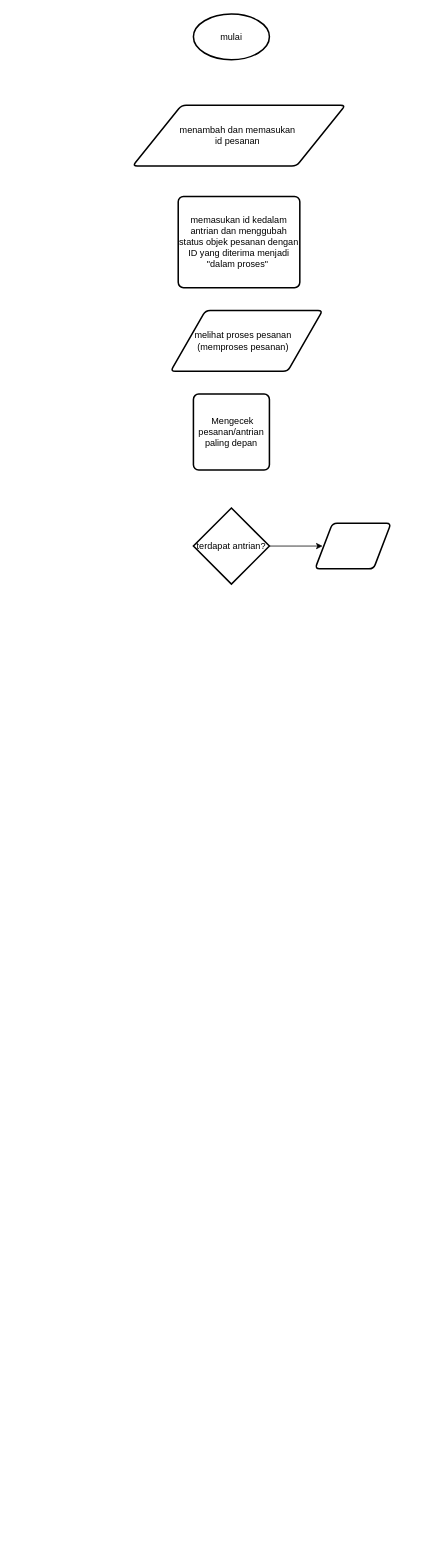
ardya6/erd-dfd keeps this draw.io diagram as flowchart strukturdata.drawio. Above is the earlier version. Source tidied: cells renumbered, new cells numbered last; positions are measured from the earlier drawing's top-left corner, leaving out a move shared by most shapes. Both pictures are drawn from the tidied source at 76%, with x=0, y=0 at pixel (132, 14).
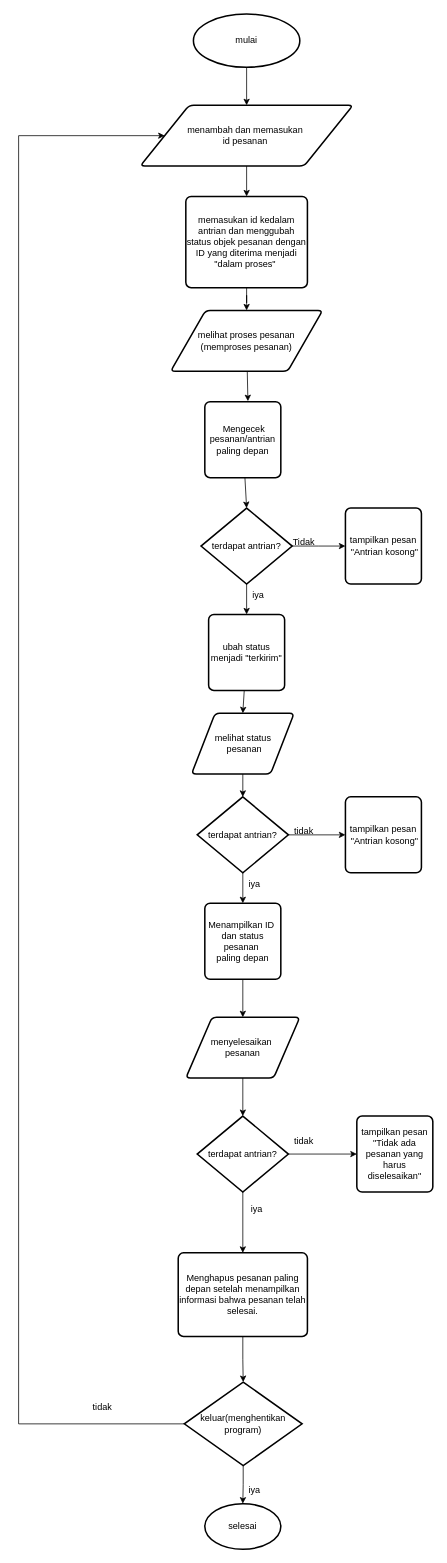
Above is the later version.

What changed in the source:
```diff
@@
+    <mxCell id="11" style="edgeStyle=orthogonalEdgeStyle;rounded=0;jettySize=auto;html=1;entryX=0.5;entryY=0;entryDx=0;entryDy=0;" parent="1" edge="1" source="2" target="3">
+      <mxGeometry relative="1" as="geometry" />
+    </mxCell>
     <mxCell id="2" value="mulai" style="strokeWidth=2;html=1;shape=mxgraph.flowchart.start_1;whiteSpace=wrap;" parent="1" vertex="1">
-      <mxGeometry x="80" width="100" height="60" as="geometry" />
+      <mxGeometry x="80" width="140" height="70" as="geometry" />
     </mxCell>
+    <mxCell id="12" style="edgeStyle=orthogonalEdgeStyle;rounded=0;jettySize=auto;html=1;" parent="1" edge="1" source="3" target="4">
+      <mxGeometry relative="1" as="geometry" />
+    </mxCell>
     <mxCell id="3" value="menambah dan&amp;nbsp;&lt;span style=&quot;background-color: initial;&quot;&gt;memasukan&amp;nbsp;&lt;/span&gt;&lt;div&gt;&lt;span style=&quot;background-color: initial;&quot;&gt;id pesanan&amp;nbsp;&lt;/span&gt;&lt;/div&gt;" style="shape=parallelogram;html=1;strokeWidth=2;perimeter=parallelogramPerimeter;whiteSpace=wrap;rounded=1;arcSize=12;size=0.23;" parent="1" vertex="1">
-      <mxGeometry y="120" width="280" height="80" as="geometry" />
+      <mxGeometry x="10" y="120" width="280" height="80" as="geometry" />
     </mxCell>
+    <mxCell id="13" style="edgeStyle=orthogonalEdgeStyle;rounded=0;jettySize=auto;html=1;entryX=0.5;entryY=0;entryDx=0;entryDy=0;" parent="1" edge="1" source="4" target="5">
+      <mxGeometry relative="1" as="geometry" />
+    </mxCell>
     <mxCell id="4" value="memasukan id kedalam antrian dan menggubah status objek pesanan dengan ID yang diterima menjadi &quot;dalam proses&quot;&amp;nbsp;" style="rounded=1;whiteSpace=wrap;html=1;absoluteArcSize=1;arcSize=14;strokeWidth=2;" parent="1" vertex="1">
-      <mxGeometry x="60" y="240" width="160" height="120" as="geometry" />
+      <mxGeometry x="70" y="240" width="160" height="120" as="geometry" />
     </mxCell>
-    <mxCell id="5" style="shape=parallelogram;html=1;strokeWidth=2;perimeter=parallelogramPerimeter;whiteSpace=wrap;rounded=1;arcSize=12;size=0.23;" parent="1" vertex="1">
+    <mxCell id="5" value="&lt;span style=&quot;text-wrap: nowrap;&quot;&gt;melihat&amp;nbsp;&lt;/span&gt;&lt;span style=&quot;text-wrap: nowrap; background-color: initial;&quot;&gt;proses pesanan&lt;/span&gt;&lt;div style=&quot;text-wrap: nowrap;&quot;&gt;(memproses pesanan)&lt;/div&gt;" style="shape=parallelogram;html=1;strokeWidth=2;perimeter=parallelogramPerimeter;whiteSpace=wrap;rounded=1;arcSize=12;size=0.23;" parent="1" vertex="1">
       <mxGeometry x="50" y="390" width="200" height="80" as="geometry" />
     </mxCell>
-    <mxCell id="6" value="melihat&amp;nbsp;&lt;span style=&quot;background-color: initial;&quot;&gt;proses pesanan&lt;/span&gt;&lt;div&gt;(memproses pesanan)&lt;/div&gt;" style="text;html=1;align=center;verticalAlign=middle;strokeColor=none;fillColor=none;" parent="1" vertex="1">
-      <mxGeometry x="70" y="410" width="150" height="40" as="geometry" />
-    </mxCell>
     <mxCell id="7" value="&amp;nbsp;Mengecek pesanan/antrian paling depan" style="rounded=1;whiteSpace=wrap;html=1;absoluteArcSize=1;arcSize=14;strokeWidth=2;" parent="1" vertex="1">
-      <mxGeometry x="80" y="500" width="100" height="100" as="geometry" />
+      <mxGeometry x="95" y="510" width="100" height="100" as="geometry" />
     </mxCell>
+    <mxCell id="14" value="melihat status&lt;div&gt;&amp;nbsp;pesanan&lt;/div&gt;" style="shape=parallelogram;html=1;strokeWidth=2;perimeter=parallelogramPerimeter;whiteSpace=wrap;rounded=1;arcSize=12;size=0.23;" parent="1" vertex="1">
+      <mxGeometry x="77.5" y="920" width="135" height="80" as="geometry" />
+    </mxCell>
+    <mxCell id="15" style="edgeStyle=orthogonalEdgeStyle;rounded=0;jettySize=auto;html=1;" parent="1" edge="1" source="16" target="43">
+      <mxGeometry relative="1" as="geometry" />
+    </mxCell>
+    <mxCell id="16" value="menyelesaikan&amp;nbsp;&lt;div&gt;pesanan&lt;/div&gt;" style="shape=parallelogram;html=1;strokeWidth=2;perimeter=parallelogramPerimeter;whiteSpace=wrap;rounded=1;arcSize=12;size=0.23;" parent="1" vertex="1">
+      <mxGeometry x="70" y="1320" width="150" height="80" as="geometry" />
+    </mxCell>
+    <mxCell id="17" style="edgeStyle=orthogonalEdgeStyle;rounded=0;jettySize=auto;html=1;entryX=0;entryY=0.5;entryDx=0;entryDy=0;" parent="1" edge="1" source="18" target="3">
+      <mxGeometry relative="1" as="geometry">
+        <Array as="points">
+          <mxPoint x="-150" y="1855" />
+          <mxPoint x="-150" y="160" />
+        </Array>
+      </mxGeometry>
+    </mxCell>
+    <mxCell id="18" value="keluar(menghentikan program)" style="strokeWidth=2;html=1;shape=mxgraph.flowchart.decision;whiteSpace=wrap;" parent="1" vertex="1">
+      <mxGeometry x="68" y="1800" width="155" height="110" as="geometry" />
+    </mxCell>
+    <mxCell id="19" value="selesai" style="strokeWidth=2;html=1;shape=mxgraph.flowchart.start_1;whiteSpace=wrap;" parent="1" vertex="1">
+      <mxGeometry x="95" y="1960" width="100" height="60" as="geometry" />
+    </mxCell>
+    <mxCell id="20" style="rounded=0;jettySize=auto;html=1;entryX=0.567;entryY=-0.006;entryDx=0;entryDy=0;entryPerimeter=0;" parent="1" edge="1" source="5" target="7">
+      <mxGeometry relative="1" as="geometry" />
+    </mxCell>
+    <mxCell id="21" style="group;" parent="1" vertex="1">
+      <mxGeometry x="90" y="650" width="290" height="240" as="geometry" />
+    </mxCell>
-    <mxCell id="8" style="edgeStyle=orthogonalEdgeStyle;rounded=0;jettySize=auto;html=1;" parent="1" edge="1" source="9">
+    <mxCell id="8" style="edgeStyle=orthogonalEdgeStyle;rounded=0;jettySize=auto;html=1;" parent="21" edge="1" source="9">
       <mxGeometry relative="1" as="geometry">
-        <mxPoint x="250" y="700" as="targetPoint" />
+        <mxPoint x="190" y="50" as="targetPoint" />
       </mxGeometry>
     </mxCell>
+    <mxCell id="22" style="edgeStyle=orthogonalEdgeStyle;rounded=0;jettySize=auto;html=1;" parent="21" edge="1" source="9" target="25">
+      <mxGeometry relative="1" as="geometry" />
+    </mxCell>
-    <mxCell id="9" value="terdapat antrian?" style="strokeWidth=2;html=1;shape=mxgraph.flowchart.decision;whiteSpace=wrap;" parent="1" vertex="1">
-      <mxGeometry x="80" y="650" width="100" height="100" as="geometry" />
+    <mxCell id="9" value="terdapat antrian?" style="strokeWidth=2;html=1;shape=mxgraph.flowchart.decision;whiteSpace=wrap;" parent="21" vertex="1">
+      <mxGeometry width="120" height="100" as="geometry" />
     </mxCell>
-    <mxCell id="10" style="shape=parallelogram;html=1;strokeWidth=2;perimeter=parallelogramPerimeter;whiteSpace=wrap;rounded=1;arcSize=12;size=0.23;" parent="1" vertex="1">
-      <mxGeometry x="240" y="670" width="100" height="60" as="geometry" />
-    </mxCell>
+    <mxCell id="23" value="Tidak" style="text;html=1;align=center;verticalAlign=middle;strokeColor=none;fillColor=none;" parent="21" vertex="1">
+      <mxGeometry x="110" y="30" width="50" height="30" as="geometry" />
+    </mxCell>
+    <mxCell id="24" value="&lt;span style=&quot;text-wrap: nowrap;&quot;&gt;tampilkan pesan&lt;/span&gt;&lt;div style=&quot;text-wrap: nowrap;&quot;&gt;&amp;nbsp;&quot;Antrian kosong&quot;&lt;/div&gt;" style="rounded=1;whiteSpace=wrap;html=1;absoluteArcSize=1;arcSize=14;strokeWidth=2;" parent="21" vertex="1">
+      <mxGeometry x="190" width="100" height="100" as="geometry" />
+    </mxCell>
+    <mxCell id="25" value="ubah status menjadi &quot;terkirim&quot;" style="rounded=1;whiteSpace=wrap;html=1;absoluteArcSize=1;arcSize=14;strokeWidth=2;" parent="21" vertex="1">
+      <mxGeometry x="10" y="140" width="100" height="100" as="geometry" />
+    </mxCell>
+    <mxCell id="26" value="iya" style="text;html=1;align=center;verticalAlign=middle;strokeColor=none;fillColor=none;" parent="21" vertex="1">
+      <mxGeometry x="55" y="100" width="40" height="30" as="geometry" />
+    </mxCell>
+    <mxCell id="27" style="rounded=0;jettySize=auto;html=1;entryX=0.5;entryY=0;entryDx=0;entryDy=0;entryPerimeter=0;" parent="1" edge="1" source="7" target="9">
+      <mxGeometry relative="1" as="geometry" />
+    </mxCell>
+    <mxCell id="28" style="rounded=0;jettySize=auto;html=1;entryX=0.5;entryY=0;entryDx=0;entryDy=0;" parent="1" edge="1" source="25" target="14">
+      <mxGeometry relative="1" as="geometry" />
+    </mxCell>
+    <mxCell id="29" style="group;" parent="1" vertex="1">
+      <mxGeometry x="85" y="1030" width="295" height="240" as="geometry" />
+    </mxCell>
+    <mxCell id="30" style="rounded=0;jettySize=auto;html=1;" parent="29" edge="1" source="32" target="34">
+      <mxGeometry relative="1" as="geometry" />
+    </mxCell>
+    <mxCell id="31" style="rounded=0;jettySize=auto;html=1;entryX=0.5;entryY=0;entryDx=0;entryDy=0;" parent="29" edge="1" source="32" target="33">
+      <mxGeometry relative="1" as="geometry" />
+    </mxCell>
+    <mxCell id="32" value="terdapat antrian?" style="strokeWidth=2;html=1;shape=mxgraph.flowchart.decision;whiteSpace=wrap;" parent="29" vertex="1">
+      <mxGeometry width="120" height="100" as="geometry" />
+    </mxCell>
+    <mxCell id="33" value="Menampilkan ID&amp;nbsp;&lt;div&gt;dan status pesanan&amp;nbsp;&lt;/div&gt;&lt;div&gt;paling depan&lt;/div&gt;" style="rounded=1;whiteSpace=wrap;html=1;absoluteArcSize=1;arcSize=14;strokeWidth=2;" parent="29" vertex="1">
+      <mxGeometry x="10" y="140" width="100" height="100" as="geometry" />
+    </mxCell>
+    <mxCell id="34" value="&lt;span style=&quot;text-wrap: nowrap;&quot;&gt;tampilkan pesan&lt;/span&gt;&lt;div style=&quot;text-wrap: nowrap;&quot;&gt;&amp;nbsp;&quot;Antrian kosong&quot;&lt;/div&gt;" style="rounded=1;whiteSpace=wrap;html=1;absoluteArcSize=1;arcSize=14;strokeWidth=2;" parent="29" vertex="1">
+      <mxGeometry x="195" width="100" height="100" as="geometry" />
+    </mxCell>
+    <mxCell id="35" value="tidak" style="text;html=1;align=center;verticalAlign=middle;strokeColor=none;fillColor=none;" parent="29" vertex="1">
+      <mxGeometry x="115" y="30" width="50" height="30" as="geometry" />
+    </mxCell>
+    <mxCell id="36" value="iya" style="text;html=1;align=center;verticalAlign=middle;strokeColor=none;fillColor=none;" parent="29" vertex="1">
+      <mxGeometry x="55" y="100" width="40" height="30" as="geometry" />
+    </mxCell>
+    <mxCell id="37" style="rounded=0;jettySize=auto;html=1;entryX=0.5;entryY=0;entryDx=0;entryDy=0;entryPerimeter=0;" parent="1" edge="1" source="14" target="32">
+      <mxGeometry relative="1" as="geometry" />
+    </mxCell>
+    <mxCell id="38" style="edgeStyle=orthogonalEdgeStyle;rounded=0;jettySize=auto;html=1;" parent="1" edge="1" source="33" target="16">
+      <mxGeometry relative="1" as="geometry" />
+    </mxCell>
+    <mxCell id="39" style="group;" parent="1" vertex="1">
+      <mxGeometry x="60" y="1450" width="335" height="290" as="geometry" />
+    </mxCell>
+    <mxCell id="40" value="Menghapus pesanan paling depan&amp;nbsp;setelah menampilkan informasi bahwa pesanan telah selesai." style="rounded=1;whiteSpace=wrap;html=1;absoluteArcSize=1;arcSize=14;strokeWidth=2;" parent="39" vertex="1">
+      <mxGeometry y="180" width="170" height="110" as="geometry" />
+    </mxCell>
+    <mxCell id="41" style="edgeStyle=orthogonalEdgeStyle;rounded=0;jettySize=auto;html=1;" parent="39" edge="1" source="43" target="44">
+      <mxGeometry relative="1" as="geometry" />
+    </mxCell>
+    <mxCell id="42" style="edgeStyle=orthogonalEdgeStyle;rounded=0;jettySize=auto;html=1;" parent="39" edge="1" source="43" target="40">
+      <mxGeometry relative="1" as="geometry" />
+    </mxCell>
+    <mxCell id="43" value="terdapat antrian?" style="strokeWidth=2;html=1;shape=mxgraph.flowchart.decision;whiteSpace=wrap;" parent="39" vertex="1">
+      <mxGeometry x="25" width="120" height="100" as="geometry" />
+    </mxCell>
+    <mxCell id="44" value="tampilkan pesan &quot;Tidak ada pesanan yang harus diselesaikan&quot;" style="rounded=1;whiteSpace=wrap;html=1;absoluteArcSize=1;arcSize=14;strokeWidth=2;" parent="39" vertex="1">
+      <mxGeometry x="235" width="100" height="100" as="geometry" />
+    </mxCell>
+    <mxCell id="45" value="tidak" style="text;html=1;align=center;verticalAlign=middle;strokeColor=none;fillColor=none;" parent="39" vertex="1">
+      <mxGeometry x="140" y="18" width="50" height="30" as="geometry" />
+    </mxCell>
+    <mxCell id="46" value="iya" style="text;html=1;align=center;verticalAlign=middle;strokeColor=none;fillColor=none;" parent="39" vertex="1">
+      <mxGeometry x="82.5" y="108" width="40" height="30" as="geometry" />
+    </mxCell>
+    <mxCell id="47" style="edgeStyle=orthogonalEdgeStyle;rounded=0;jettySize=auto;html=1;entryX=0.5;entryY=0;entryDx=0;entryDy=0;entryPerimeter=0;" parent="1" edge="1" source="40" target="18">
+      <mxGeometry relative="1" as="geometry" />
+    </mxCell>
+    <mxCell id="48" style="edgeStyle=orthogonalEdgeStyle;rounded=0;jettySize=auto;html=1;entryX=0.5;entryY=0;entryDx=0;entryDy=0;entryPerimeter=0;" parent="1" edge="1" source="18" target="19">
+      <mxGeometry relative="1" as="geometry" />
+    </mxCell>
+    <mxCell id="49" value="iya" style="text;html=1;align=center;verticalAlign=middle;strokeColor=none;fillColor=none;" parent="1" vertex="1">
+      <mxGeometry x="140" y="1928" width="40" height="30" as="geometry" />
+    </mxCell>
+    <mxCell id="50" value="tidak" style="text;html=1;align=center;verticalAlign=middle;strokeColor=none;fillColor=none;" parent="1" vertex="1">
+      <mxGeometry x="-65" y="1818" width="50" height="30" as="geometry" />
+    </mxCell>
```
